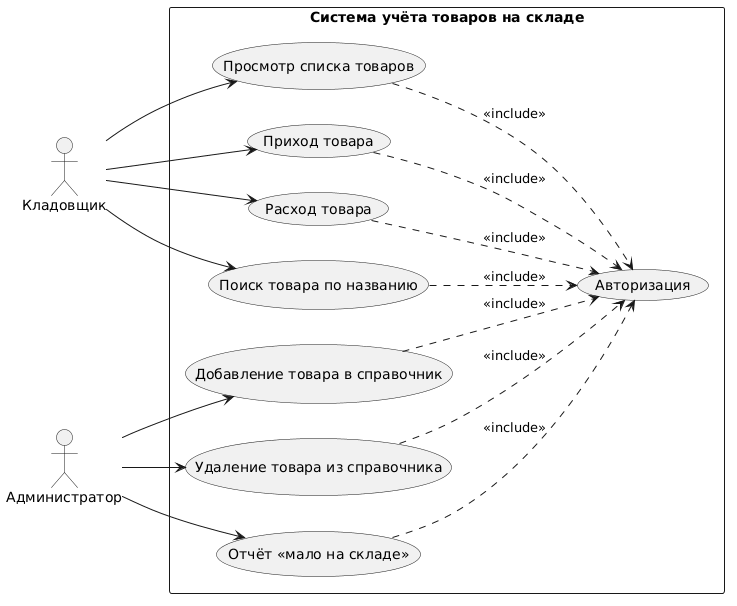
Before: docs/diagrams/usecase.png, a diagram exported from PlantUML (milalalala127/warehouse). Its diagram source:
```plantuml
@startuml
left to right direction
skinparam packageStyle rectangle

actor "Кладовщик" as Sklad
actor "Администратор" as Admin

package "Система учёта товаров на складе" {

  usecase "Авторизация" as UC_Auth
  usecase "Просмотр списка товаров" as UC_View
  usecase "Приход товара" as UC_In
  usecase "Расход товара" as UC_Out
  usecase "Поиск товара по названию" as UC_Search
  usecase "Добавление товара в справочник" as UC_Add
  usecase "Удаление товара из справочника" as UC_Del
  usecase "Отчёт «мало на складе»" as UC_Report

}

Sklad --> UC_View
Sklad --> UC_In
Sklad --> UC_Out
Sklad --> UC_Search

Admin --> UC_Add
Admin --> UC_Del
Admin --> UC_Report

UC_View ..> UC_Auth : <<include>>
UC_In ..> UC_Auth : <<include>>
UC_Out ..> UC_Auth : <<include>>
UC_Search ..> UC_Auth : <<include>>
UC_Add ..> UC_Auth : <<include>>
UC_Del ..> UC_Auth : <<include>>
UC_Report ..> UC_Auth : <<include>>
@enduml
```
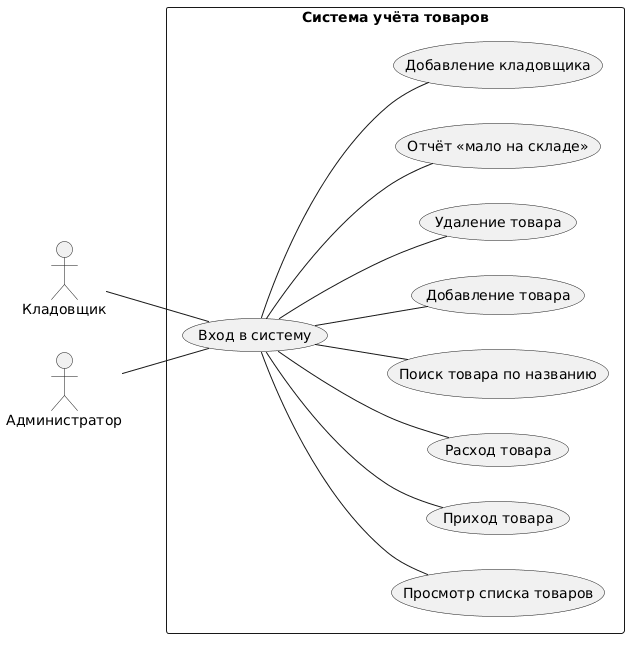
The same diagram one commit later.

Commit message:
Обновлены диаграммы (PNG) по новым требованиям

What changed in the source:
```diff
@@ -1,37 +1,33 @@
 @startuml
 left to right direction
-skinparam packageStyle rectangle
 
 actor "Кладовщик" as Sklad
 actor "Администратор" as Admin
 
-package "Система учёта товаров на складе" {
+rectangle "Система учёта товаров" {
+    usecase "Вход в систему" as UC_Login
 
-  usecase "Авторизация" as UC_Auth
-  usecase "Просмотр списка товаров" as UC_View
-  usecase "Приход товара" as UC_In
-  usecase "Расход товара" as UC_Out
-  usecase "Поиск товара по названию" as UC_Search
-  usecase "Добавление товара в справочник" as UC_Add
-  usecase "Удаление товара из справочника" as UC_Del
-  usecase "Отчёт «мало на складе»" as UC_Report
+    usecase "Просмотр списка товаров" as UC_View
+    usecase "Приход товара" as UC_In
+    usecase "Расход товара" as UC_Out
+    usecase "Поиск товара по названию" as UC_Search
 
+    usecase "Добавление товара" as UC_Add
+    usecase "Удаление товара" as UC_Del
+    usecase "Отчёт «мало на складе»" as UC_Report
+    usecase "Добавление кладовщика" as UC_AddSklad
 }
 
-Sklad --> UC_View
-Sklad --> UC_In
-Sklad --> UC_Out
-Sklad --> UC_Search
+Sklad -- UC_Login
+Admin -- UC_Login
 
-Admin --> UC_Add
-Admin --> UC_Del
-Admin --> UC_Report
+UC_Login -- UC_View
+UC_Login -- UC_In
+UC_Login -- UC_Out
+UC_Login -- UC_Search
 
-UC_View ..> UC_Auth : <<include>>
-UC_In ..> UC_Auth : <<include>>
-UC_Out ..> UC_Auth : <<include>>
-UC_Search ..> UC_Auth : <<include>>
-UC_Add ..> UC_Auth : <<include>>
-UC_Del ..> UC_Auth : <<include>>
-UC_Report ..> UC_Auth : <<include>>
+UC_Login -- UC_Add
+UC_Login -- UC_Del
+UC_Login -- UC_Report
+UC_Login -- UC_AddSklad
 @enduml
```
